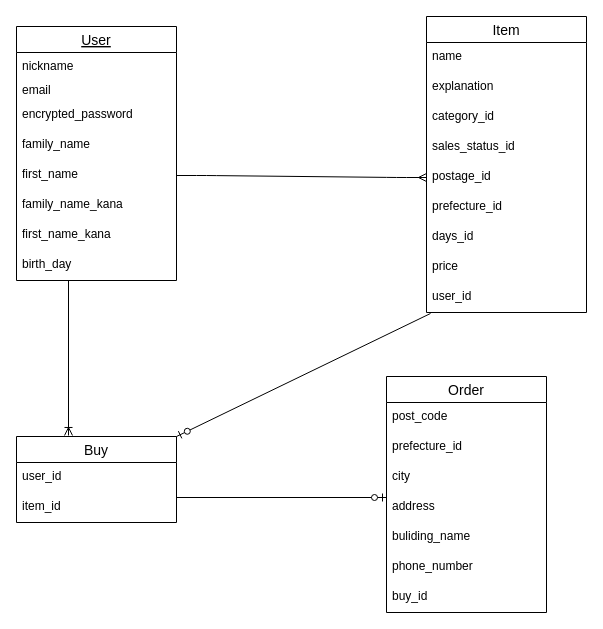
This is ER.dio from ryoji47/furima-37574, a draw.io file, before an edit. Source tidied: cells renumbered, new cells numbered last; positions are measured from the earlier drawing's top-left corner, leaving out a move shared by most shapes. Both pictures are drawn from the tidied source at 100%, with x=0, y=0 at pixel (16, 16).
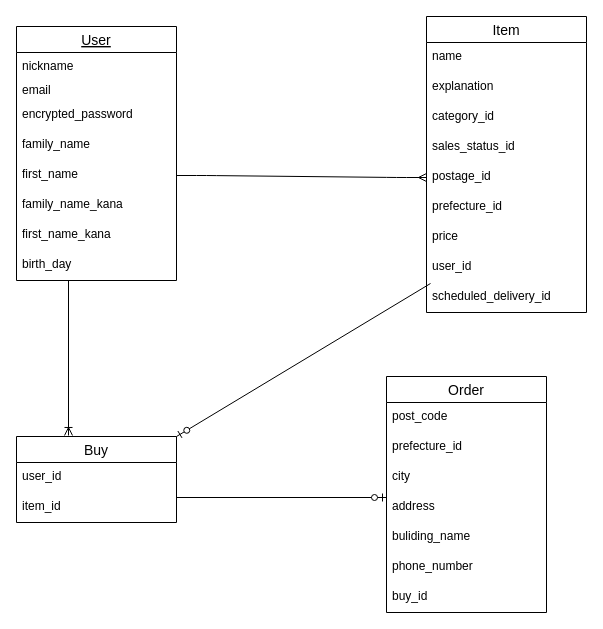
The same page after the edit.

Unchanged cells that the change refers to:
```xml
<mxCell id="11" value="Item" style="swimlane;fontStyle=0;horizontal=1;startSize=26;align=center;fontSize=14;labelBackgroundColor=default;labelBorderColor=none;strokeColor=default;" parent="1" vertex="1">
  <mxGeometry x="410" width="160" height="296" as="geometry" />
</mxCell>
```

Change to the diagram source:
```diff
@@
-    <mxCell id="18" value="days_id" style="text;strokeColor=none;fillColor=none;spacingLeft=4;spacingRight=4;overflow=hidden;fontSize=12;labelBackgroundColor=default;labelBorderColor=none;" parent="11" vertex="1">
-      <mxGeometry y="206" width="160" height="30" as="geometry" />
-    </mxCell>
     <mxCell id="19" value="price" style="text;strokeColor=none;fillColor=none;spacingLeft=4;spacingRight=4;overflow=hidden;fontSize=12;labelBackgroundColor=default;labelBorderColor=none;" parent="11" vertex="1">
-      <mxGeometry y="236" width="160" height="30" as="geometry" />
+      <mxGeometry y="206" width="160" height="30" as="geometry" />
     </mxCell>
     <mxCell id="20" value="user_id" style="text;strokeColor=none;fillColor=none;spacingLeft=4;spacingRight=4;overflow=hidden;points=[[0,0.5],[1,0.5]];portConstraint=eastwest;fontSize=12;labelBackgroundColor=default;labelBorderColor=none;" parent="11" vertex="1">
-      <mxGeometry y="266" width="160" height="30" as="geometry" />
+      <mxGeometry y="236" width="160" height="30" as="geometry" />
     </mxCell>
+    <mxCell id="36" value="scheduled_delivery_id" style="text;strokeColor=none;fillColor=none;spacingLeft=4;spacingRight=4;overflow=hidden;fontSize=12;labelBackgroundColor=default;labelBorderColor=none;" parent="11" vertex="1">
+      <mxGeometry y="266" width="160" height="30" as="geometry" />
+    </mxCell>
```
